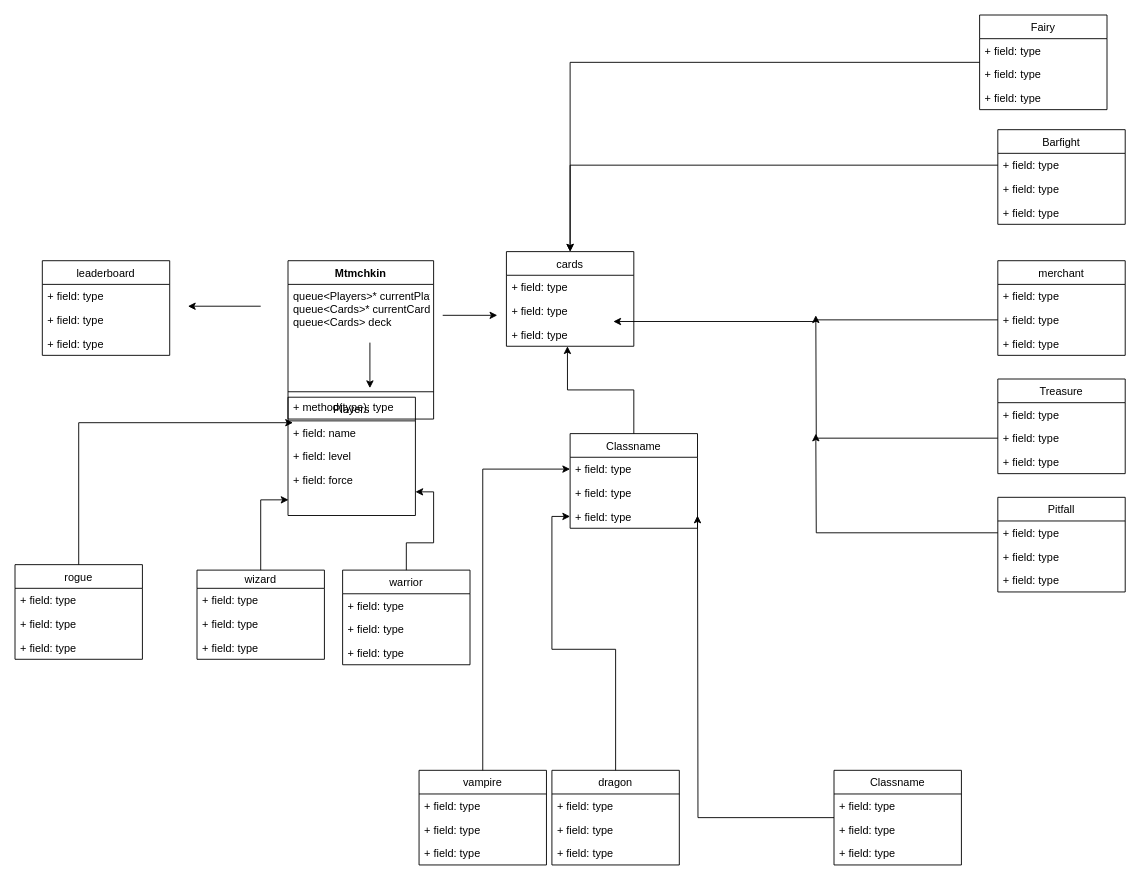
Above: Untitled Diagram.drawio in tomash516/diagram (draw.io), before the change. Source tidied: cells renumbered, new cells numbered last; positions are measured from the earlier drawing's top-left corner, leaving out a move shared by most shapes. Both pictures are drawn from the tidied source at 91%, with x=0, y=0 at pixel (15, 15).
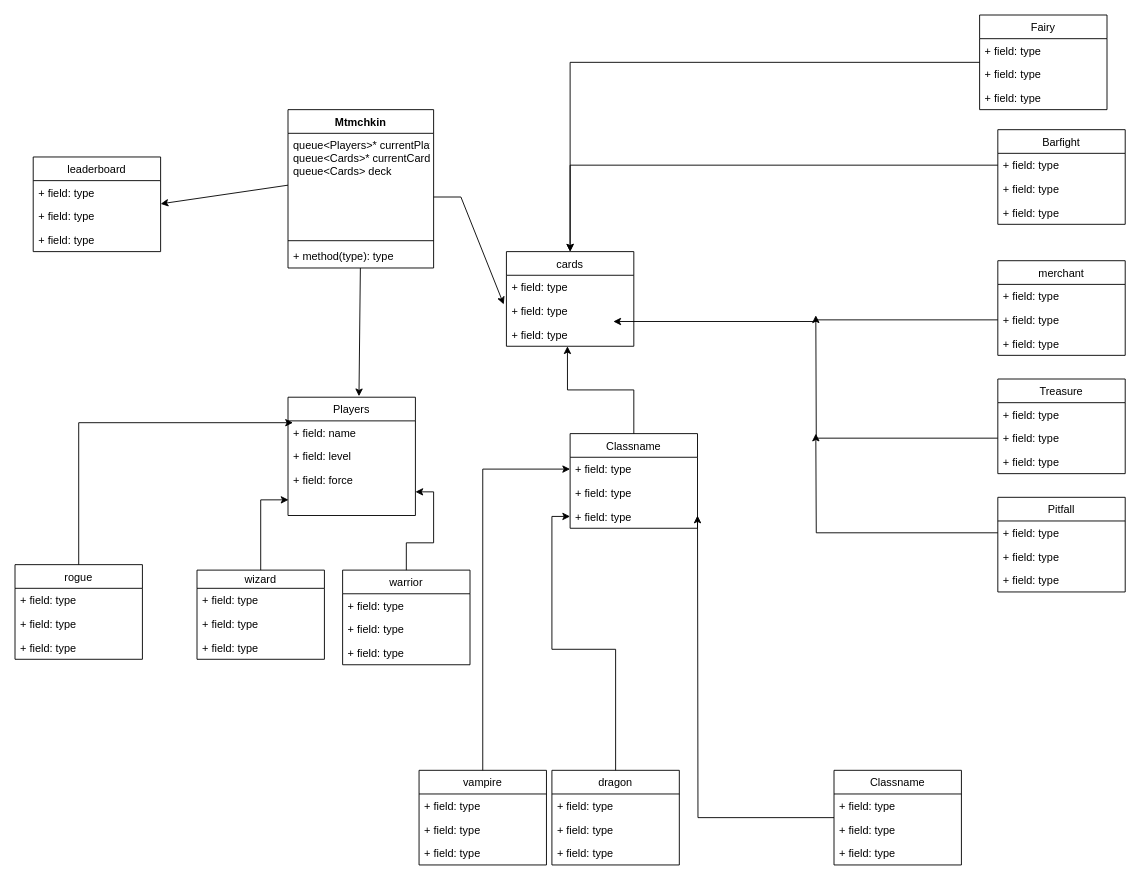
Above is the later version.

The change refers to these unchanged cells:
```xml
<mxCell id="3" value="queue&lt;Players&gt;* currentPlayer&#10;queue&lt;Cards&gt;* currentCard&#10;queue&lt;Cards&gt; deck&#10;&#10;" style="text;strokeColor=none;fillColor=none;align=left;verticalAlign=top;spacingLeft=4;spacingRight=4;overflow=hidden;points=[[0,0.5],[1,0.5]];portConstraint=eastwest;" parent="2" vertex="1">
  <mxGeometry y="26" width="160" height="114" as="geometry" />
</mxCell>
<mxCell id="6" value="Players" style="swimlane;fontStyle=0;horizontal=1;startSize=26;fillColor=none;" parent="1" vertex="1">
  <mxGeometry x="300" y="420" width="140" height="130" as="geometry" />
</mxCell>
<mxCell id="12" value="+ field: type" style="text;strokeColor=none;fillColor=none;align=left;verticalAlign=top;spacingLeft=4;spacingRight=4;overflow=hidden;points=[[0,0.5],[1,0.5]];portConstraint=eastwest;" parent="10" vertex="1">
  <mxGeometry y="52" width="140" height="26" as="geometry" />
</mxCell>
```

What changed in the source:
```diff
@@
     <mxCell id="2" value="Mtmchkin" style="swimlane;fontStyle=1;align=center;verticalAlign=top;horizontal=1;startSize=26;" parent="1" vertex="1">
-      <mxGeometry x="300" y="270" width="160" height="174" as="geometry" />
+      <mxGeometry x="300" y="104" width="160" height="174" as="geometry" />
     </mxCell>
@@
     <mxCell id="22" value="leaderboard" style="swimlane;fontStyle=0;horizontal=1;startSize=26;fillColor=none;" parent="1" vertex="1">
-      <mxGeometry x="30" y="270" width="140" height="104" as="geometry" />
+      <mxGeometry x="20" y="156" width="140" height="104" as="geometry" />
     </mxCell>
@@
-    <mxCell id="41" style="endArrow=classic;html=1;rounded=0;" parent="1" edge="1">
+    <mxCell id="41" style="endArrow=classic;html=1;rounded=0;entryX=0.557;entryY=-0.008;entryDx=0;entryDy=0;entryPerimeter=0;" parent="1" edge="1" target="6">
       <mxGeometry relative="1" as="geometry">
-        <mxPoint x="390" y="360" as="sourcePoint" />
-        <mxPoint x="390" y="410" as="targetPoint" />
+        <mxPoint x="379.5" y="278" as="sourcePoint" />
       </mxGeometry>
     </mxCell>
-    <mxCell id="42" style="endArrow=classic;html=1;rounded=0;" parent="1" edge="1">
+    <mxCell id="42" style="endArrow=classic;html=1;rounded=0;entryX=-0.021;entryY=0.231;entryDx=0;entryDy=0;entryPerimeter=0;" parent="1" edge="1" target="12">
       <mxGeometry relative="1" as="geometry">
-        <mxPoint x="470" y="330" as="sourcePoint" />
-        <mxPoint x="530" y="330" as="targetPoint" />
+        <mxPoint x="460" y="200" as="sourcePoint" />
         <Array as="points">
-          <mxPoint x="500" y="330" />
+          <mxPoint x="490" y="200" />
         </Array>
       </mxGeometry>
     </mxCell>
-    <mxCell id="43" style="endArrow=classic;html=1;rounded=0;" parent="1" edge="1">
+    <mxCell id="43" style="endArrow=classic;html=1;rounded=0;exitX=0;exitY=0.5;exitDx=0;exitDy=0;" parent="1" edge="1" source="3">
       <mxGeometry relative="1" as="geometry">
-        <mxPoint x="270" y="320" as="sourcePoint" />
-        <mxPoint x="190" y="320" as="targetPoint" />
+        <mxPoint x="160" y="207.5" as="targetPoint" />
       </mxGeometry>
     </mxCell>
```
